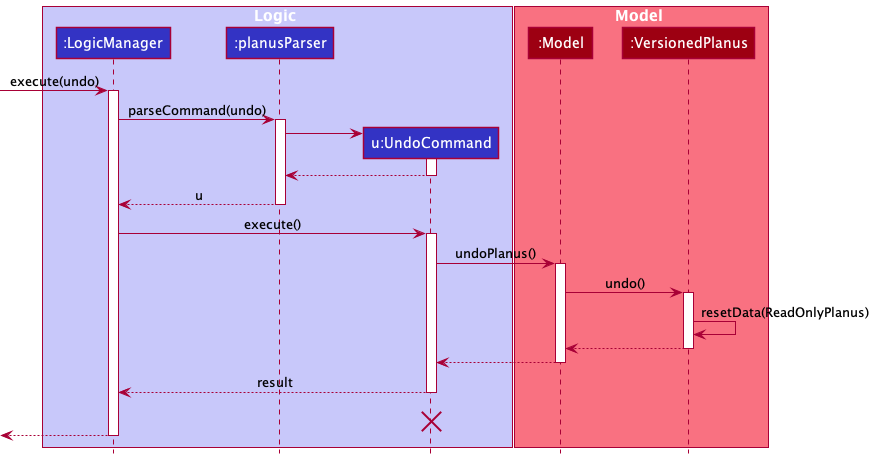
The PlantUML diagram docs/images/UndoSequenceDiagram.png in AY2021S1-CS2103-T12-3/tp, before a commit.
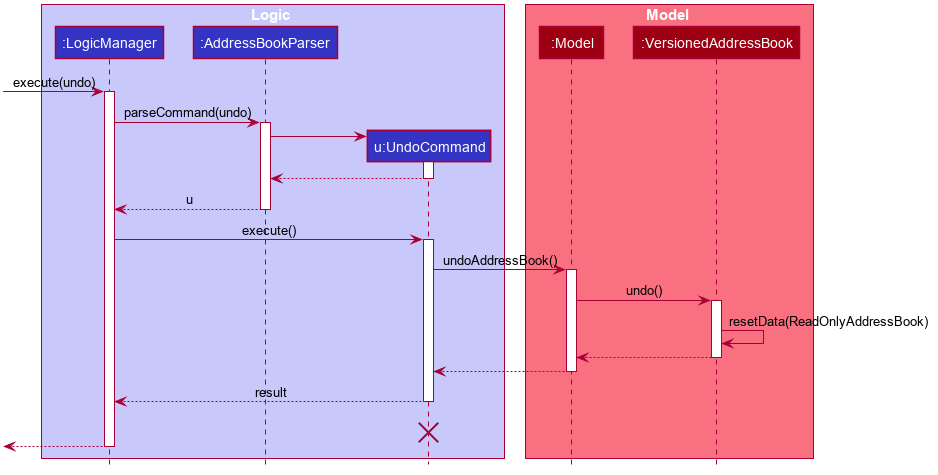
The same file after the commit.

The edit, as a diff of the source:
```diff
@@ -1,44 +1,91 @@
 @startuml
-!include style.puml
 
-box Logic LOGIC_COLOR_T1
-participant ":LogicManager" as LogicManager LOGIC_COLOR
-participant ":planusParser" as PlanusParser LOGIC_COLOR
-participant "u:UndoCommand" as UndoCommand LOGIC_COLOR
+
+
+
+
+
+
+
+skinparam BackgroundColor #FFFFFFF
+
+skinparam Shadowing false
+
+skinparam Class {
+    FontColor #FFFFFF
+    BorderThickness 1
+    BorderColor #FFFFFF
+    StereotypeFontColor #FFFFFF
+    FontName Arial
+}
+
+skinparam Actor {
+    BorderColor #000000
+    Color #000000
+    FontName Arial
+}
+
+skinparam Sequence {
+    MessageAlign center
+    BoxFontSize 15
+    BoxPadding 0
+    BoxFontColor #FFFFFF
+    FontName Arial
+}
+
+skinparam Participant {
+    FontColor #FFFFFFF
+    Padding 20
+}
+
+skinparam MinClassWidth 50
+skinparam ParticipantPadding 10
+skinparam Shadowing false
+skinparam DefaultTextAlignment center
+skinparam packageStyle Rectangle
+
+hide footbox
+hide members
+hide circle
+
+box Logic #C8C8FA
+participant ":LogicManager" as LogicManager #3333C4
+participant ":AddressBookParser" as AddressBookParser #3333C4
+participant "u:UndoCommand" as UndoCommand #3333C4
 end box
 
-box Model MODEL_COLOR_T1
-participant ":Model" as Model MODEL_COLOR
-participant ":VersionedPlanus" as VersionedPlanus MODEL_COLOR
+box Model #F97181
+participant ":Model" as Model #9D0012
+participant ":VersionedAddressBook" as VersionedAddressBook #9D0012
 end box
 [-> LogicManager : execute(undo)
 activate LogicManager
 
-LogicManager -> PlanusParser : parseCommand(undo)
-activate PlanusParser
+LogicManager -> AddressBookParser : parseCommand(undo)
+activate AddressBookParser
 
 create UndoCommand
-PlanusParser -> UndoCommand
+AddressBookParser -> UndoCommand
 activate UndoCommand
 
-UndoCommand --> PlanusParser
+UndoCommand --> AddressBookParser
 deactivate UndoCommand
 
-PlanusParser --> LogicManager : u
-deactivate PlanusParser
+AddressBookParser --> LogicManager : u
+deactivate AddressBookParser
 
 LogicManager -> UndoCommand : execute()
 activate UndoCommand
 
-UndoCommand -> Model : undoPlanus()
+UndoCommand -> Model : undoAddressBook()
 activate Model
 
-Model -> VersionedPlanus : undo()
-activate VersionedPlanus
+Model -> VersionedAddressBook : undo()
+activate VersionedAddressBook
 
-VersionedPlanus -> VersionedPlanus :resetData(ReadOnlyPlanus)
-VersionedPlanus --> Model :
-deactivate VersionedPlanus
+VersionedAddressBook -> VersionedAddressBook :resetData(ReadOnlyAddressBook)
+VersionedAddressBook --> Model :
+deactivate VersionedAddressBook
 
 Model --> UndoCommand
 deactivate Model
```
